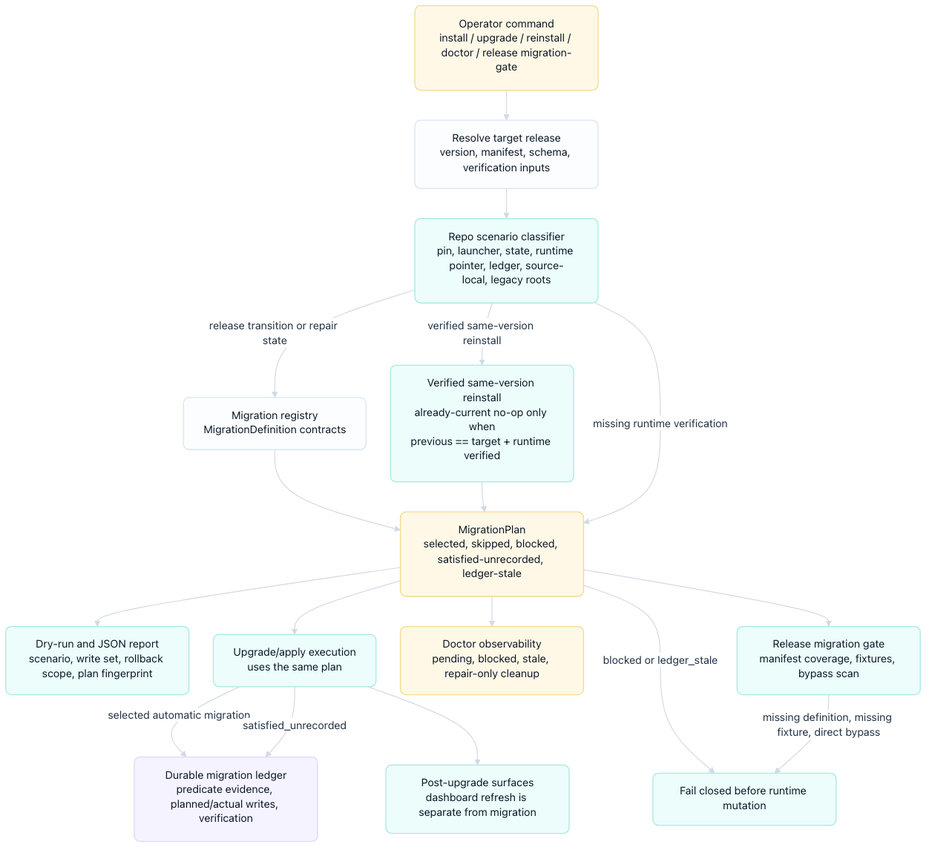
odylith/odylith keeps this Mermaid diagram as odylith/atlas/source/migration-runtime-upgrade-transaction-flow.png. Above is the earlier version. Its source is kept beside it as odylith/atlas/source/migration-runtime-upgrade-transaction-flow.mmd.
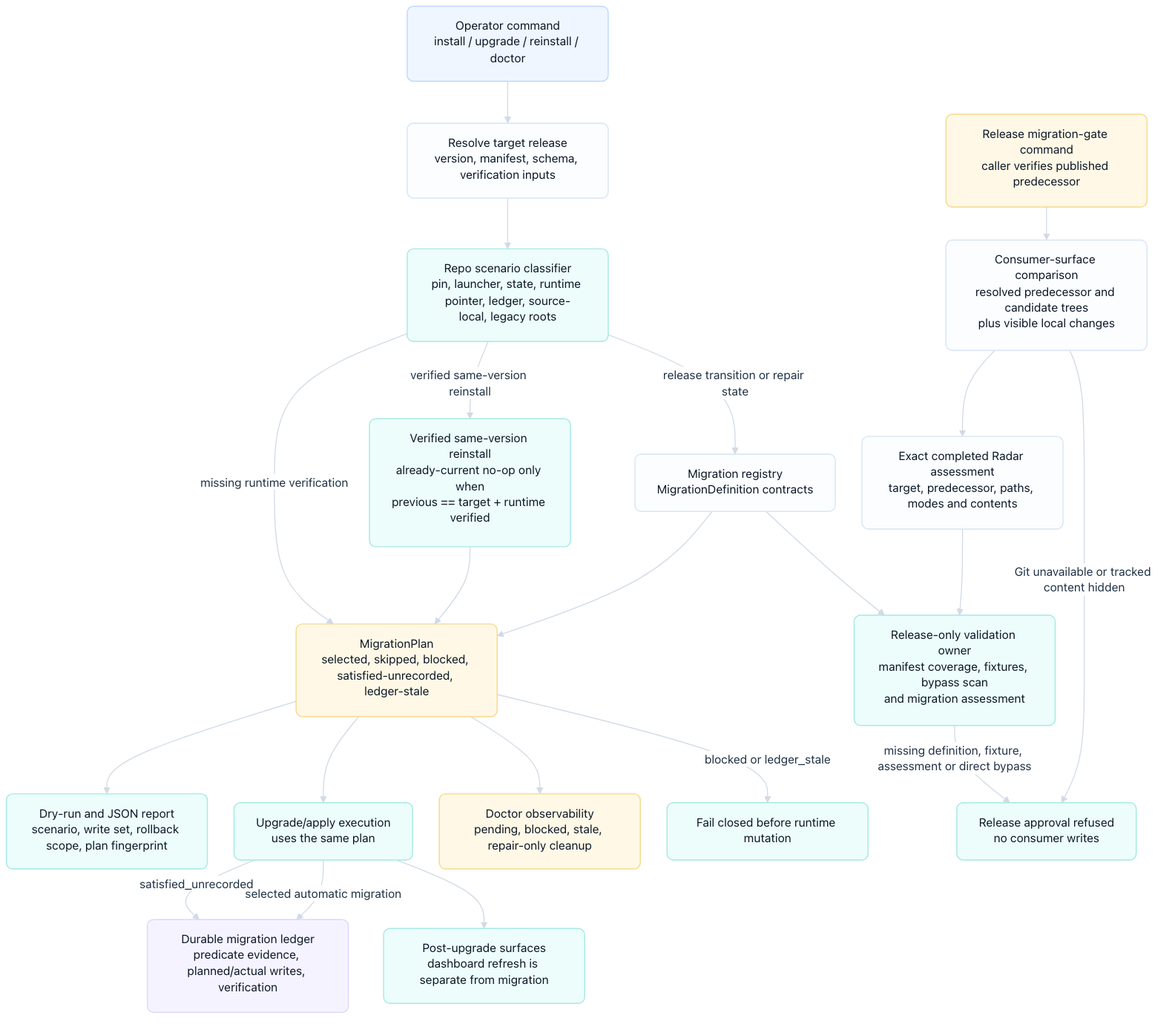
The same diagram one commit later.

What changed in the source:
```diff
@@ -1,5 +1,5 @@
 flowchart TB
-    operator["Operator command<br/>install / upgrade / reinstall / doctor / release migration-gate"]
+    operator["Operator command<br/>install / upgrade / reinstall / doctor"]
     resolver["Resolve target release<br/>version, manifest, schema, verification inputs"]
     classifier["Repo scenario classifier<br/>pin, launcher, state, runtime pointer, ledger, source-local, legacy roots"]
     noop["Verified same-version reinstall<br/>already-current no-op only when<br/>previous == target + runtime verified"]
@@ -9,8 +9,12 @@
     apply["Upgrade/apply execution<br/>uses the same plan"]
     ledger["Durable migration ledger<br/>predicate evidence, planned/actual writes, verification"]
     doctor["Doctor observability<br/>pending, blocked, stale, repair-only cleanup"]
-    gate["Release migration gate<br/>manifest coverage, fixtures, bypass scan"]
+    release["Release migration-gate command<br/>caller verifies published predecessor"]
+    scope["Consumer-surface comparison<br/>resolved predecessor and candidate trees<br/>plus visible local changes"]
+    assessment["Exact completed Radar assessment<br/>target, predecessor, paths, modes and contents"]
+    gate["Release-only validation owner<br/>manifest coverage, fixtures, bypass scan<br/>and migration assessment"]
     block["Fail closed before runtime mutation"]
+    release_block["Release approval refused<br/>no consumer writes"]
     surfaces["Post-upgrade surfaces<br/>dashboard refresh is separate from migration"]
 
     operator --> resolver --> classifier
@@ -20,9 +24,11 @@
     planner --> dryrun
     planner --> apply
     planner --> doctor
-    planner --> gate
+    release --> scope --> assessment --> gate
+    registry --> gate
+    scope -->|"Git unavailable or tracked content hidden"| release_block
     planner -->|"blocked or ledger_stale"| block
     apply -->|"selected automatic migration"| ledger
     apply -->|"satisfied_unrecorded"| ledger
     apply --> surfaces
-    gate -->|"missing definition, missing fixture, direct bypass"| block
+    gate -->|"missing definition, fixture, assessment or direct bypass"| release_block
```
